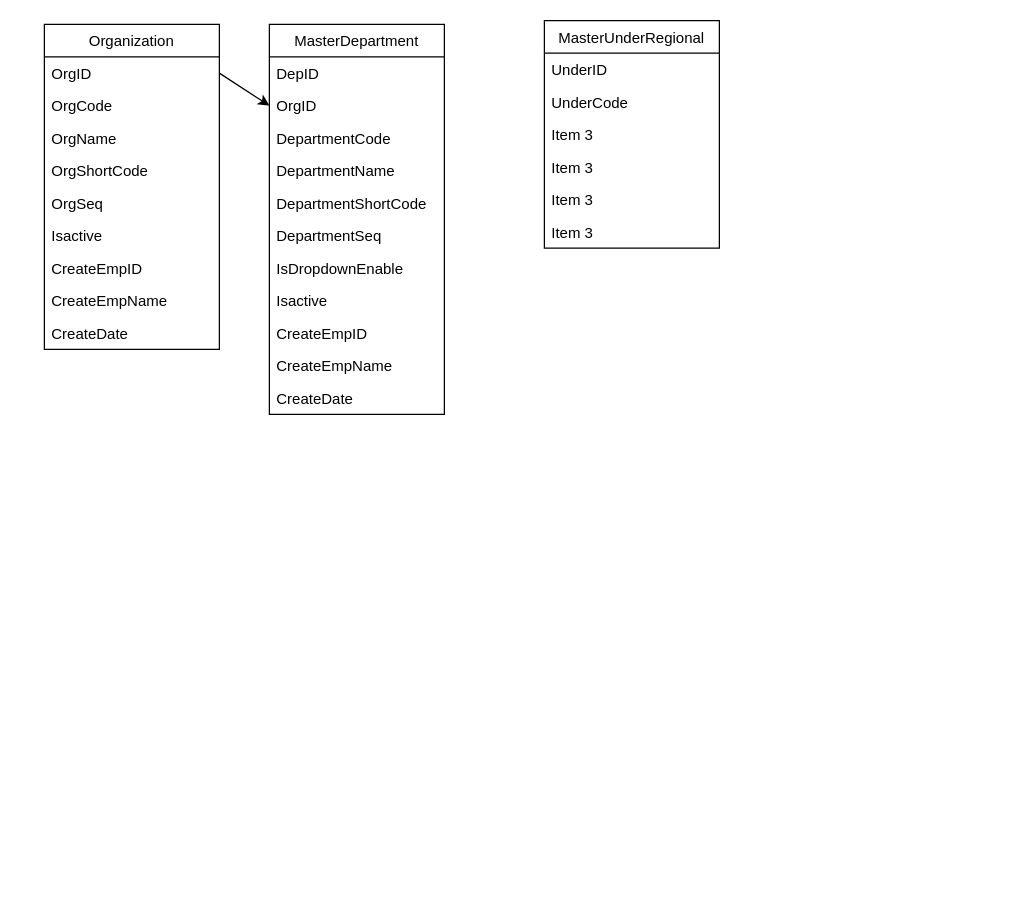
Above: Lead Management Architecture.drawio in NatthapongNar/Diagram (draw.io), before the change. Source tidied: cells renumbered, new cells numbered last; positions are measured from the earlier drawing's top-left corner, leaving out a move shared by most shapes. Both pictures are drawn from the tidied source at 125%, with x=0, y=0 at pixel (44, 20).
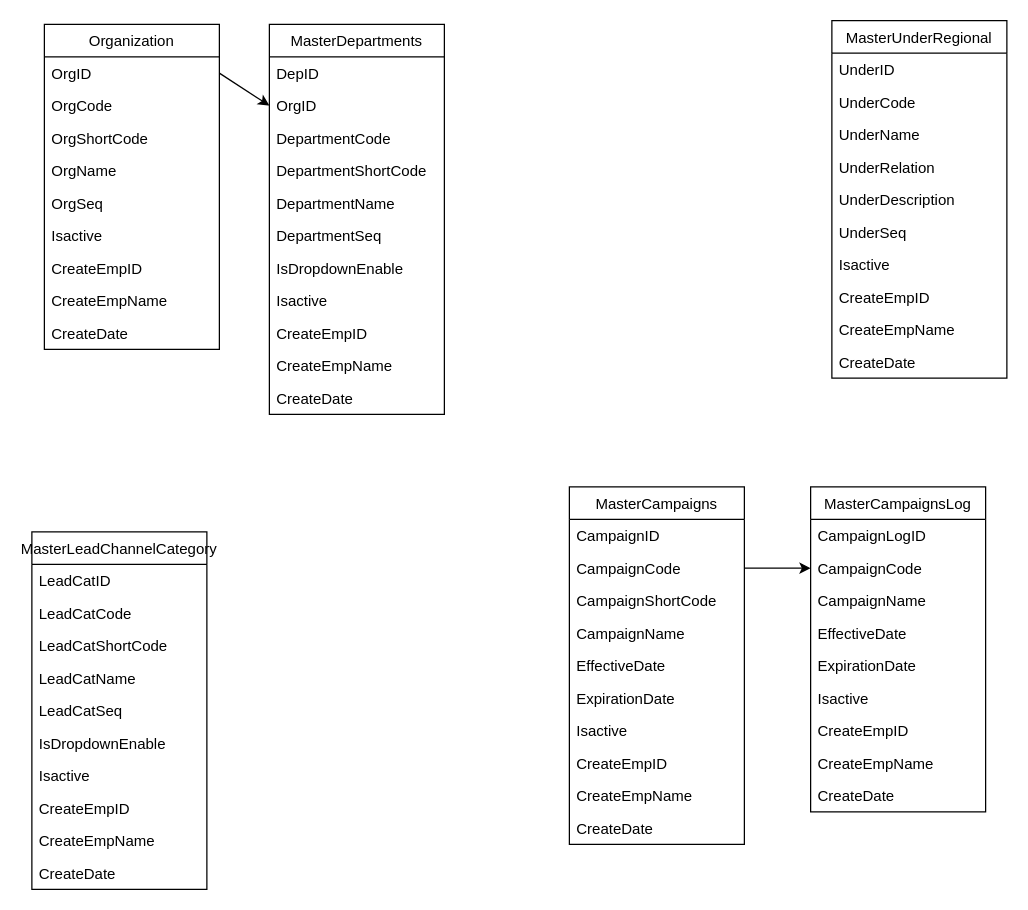
The same page after the edit.

Commit message:
Lead Management ER.drawio

Unchanged cells that the change refers to:
```xml
<mxCell id="2" value="Organization" style="swimlane;fontStyle=0;horizontal=1;startSize=26;fillColor=none;" parent="1" vertex="1">
  <mxGeometry y="3" width="140" height="260" as="geometry" />
</mxCell>
```

Diff of the diagram source:
```diff
@@
+    <mxCell id="6" value="OrgShortCode" style="text;strokeColor=none;fillColor=none;align=left;verticalAlign=top;spacingLeft=4;spacingRight=4;overflow=hidden;" parent="2" vertex="1">
+      <mxGeometry y="78" width="140" height="26" as="geometry" />
+    </mxCell>
     <mxCell id="5" value="OrgName" style="text;strokeColor=none;fillColor=none;align=left;verticalAlign=top;spacingLeft=4;spacingRight=4;overflow=hidden;" parent="2" vertex="1">
-      <mxGeometry y="78" width="140" height="26" as="geometry" />
+      <mxGeometry y="104" width="140" height="26" as="geometry" />
     </mxCell>
-    <mxCell id="6" value="OrgShortCode" style="text;strokeColor=none;fillColor=none;align=left;verticalAlign=top;spacingLeft=4;spacingRight=4;overflow=hidden;" parent="2" vertex="1">
-      <mxGeometry y="104" width="140" height="26" as="geometry" />
-    </mxCell>
@@
-    <mxCell id="12" value="MasterDepartment" style="swimlane;fontStyle=0;horizontal=1;startSize=26;fillColor=none;" parent="1" vertex="1">
+    <mxCell id="12" value="MasterDepartments" style="swimlane;fontStyle=0;horizontal=1;startSize=26;fillColor=none;" parent="1" vertex="1">
       <mxGeometry x="180" y="3" width="140" height="312" as="geometry" />
     </mxCell>
@@
+    <mxCell id="17" value="DepartmentShortCode" style="text;strokeColor=none;fillColor=none;align=left;verticalAlign=top;spacingLeft=4;spacingRight=4;overflow=hidden;" parent="12" vertex="1">
+      <mxGeometry y="104" width="140" height="26" as="geometry" />
+    </mxCell>
     <mxCell id="16" value="DepartmentName" style="text;strokeColor=none;fillColor=none;align=left;verticalAlign=top;spacingLeft=4;spacingRight=4;overflow=hidden;" parent="12" vertex="1">
-      <mxGeometry y="104" width="140" height="26" as="geometry" />
+      <mxGeometry y="130" width="140" height="26" as="geometry" />
     </mxCell>
-    <mxCell id="17" value="DepartmentShortCode" style="text;strokeColor=none;fillColor=none;align=left;verticalAlign=top;spacingLeft=4;spacingRight=4;overflow=hidden;" parent="12" vertex="1">
-      <mxGeometry y="130" width="140" height="26" as="geometry" />
-    </mxCell>
@@
     <mxCell id="25" value="MasterUnderRegional" style="swimlane;fontStyle=0;horizontal=1;startSize=26;fillColor=none;" parent="1" vertex="1">
-      <mxGeometry x="400" width="140" height="182" as="geometry" />
+      <mxGeometry x="630" width="140" height="286" as="geometry" />
     </mxCell>
@@
-    <mxCell id="28" value="Item 3" style="text;strokeColor=none;fillColor=none;align=left;verticalAlign=top;spacingLeft=4;spacingRight=4;overflow=hidden;" parent="25" vertex="1">
+    <mxCell id="28" value="UnderName" style="text;strokeColor=none;fillColor=none;align=left;verticalAlign=top;spacingLeft=4;spacingRight=4;overflow=hidden;" parent="25" vertex="1">
       <mxGeometry y="78" width="140" height="26" as="geometry" />
     </mxCell>
-    <mxCell id="29" value="Item 3" style="text;strokeColor=none;fillColor=none;align=left;verticalAlign=top;spacingLeft=4;spacingRight=4;overflow=hidden;" parent="25" vertex="1">
+    <mxCell id="29" value="UnderRelation" style="text;strokeColor=none;fillColor=none;align=left;verticalAlign=top;spacingLeft=4;spacingRight=4;overflow=hidden;" parent="25" vertex="1">
       <mxGeometry y="104" width="140" height="26" as="geometry" />
     </mxCell>
-    <mxCell id="30" value="Item 3" style="text;strokeColor=none;fillColor=none;align=left;verticalAlign=top;spacingLeft=4;spacingRight=4;overflow=hidden;" parent="25" vertex="1">
+    <mxCell id="30" value="UnderDescription" style="text;strokeColor=none;fillColor=none;align=left;verticalAlign=top;spacingLeft=4;spacingRight=4;overflow=hidden;" parent="25" vertex="1">
       <mxGeometry y="130" width="140" height="26" as="geometry" />
     </mxCell>
-    <mxCell id="31" value="Item 3" style="text;strokeColor=none;fillColor=none;align=left;verticalAlign=top;spacingLeft=4;spacingRight=4;overflow=hidden;" parent="25" vertex="1">
+    <mxCell id="31" value="UnderSeq" style="text;strokeColor=none;fillColor=none;align=left;verticalAlign=top;spacingLeft=4;spacingRight=4;overflow=hidden;" parent="25" vertex="1">
       <mxGeometry y="156" width="140" height="26" as="geometry" />
     </mxCell>
+    <mxCell id="32" value="Isactive" style="text;strokeColor=none;fillColor=none;align=left;verticalAlign=top;spacingLeft=4;spacingRight=4;overflow=hidden;" parent="25" vertex="1">
+      <mxGeometry y="182" width="140" height="26" as="geometry" />
+    </mxCell>
+    <mxCell id="33" value="CreateEmpID" style="text;strokeColor=none;fillColor=none;align=left;verticalAlign=top;spacingLeft=4;spacingRight=4;overflow=hidden;" parent="25" vertex="1">
+      <mxGeometry y="208" width="140" height="26" as="geometry" />
+    </mxCell>
+    <mxCell id="34" value="CreateEmpName" style="text;strokeColor=none;fillColor=none;align=left;verticalAlign=top;spacingLeft=4;spacingRight=4;overflow=hidden;" parent="25" vertex="1">
+      <mxGeometry y="234" width="140" height="26" as="geometry" />
+    </mxCell>
+    <mxCell id="35" value="CreateDate" style="text;strokeColor=none;fillColor=none;align=left;verticalAlign=top;spacingLeft=4;spacingRight=4;overflow=hidden;" parent="25" vertex="1">
+      <mxGeometry y="260" width="140" height="26" as="geometry" />
+    </mxCell>
+    <mxCell id="36" value="MasterCampaigns" style="swimlane;fontStyle=0;horizontal=1;startSize=26;fillColor=none;" parent="1" vertex="1">
+      <mxGeometry x="420" y="373" width="140" height="286" as="geometry" />
+    </mxCell>
+    <mxCell id="37" value="CampaignID" style="text;strokeColor=none;fillColor=none;align=left;verticalAlign=top;spacingLeft=4;spacingRight=4;overflow=hidden;" parent="36" vertex="1">
+      <mxGeometry y="26" width="140" height="26" as="geometry" />
+    </mxCell>
+    <mxCell id="38" value="CampaignCode" style="text;strokeColor=none;fillColor=none;align=left;verticalAlign=top;spacingLeft=4;spacingRight=4;overflow=hidden;points=[[0,0.5],[1,0.5]];portConstraint=eastwest;" parent="36" vertex="1">
+      <mxGeometry y="52" width="140" height="26" as="geometry" />
+    </mxCell>
+    <mxCell id="39" value="CampaignShortCode" style="text;strokeColor=none;fillColor=none;align=left;verticalAlign=top;spacingLeft=4;spacingRight=4;overflow=hidden;" parent="36" vertex="1">
+      <mxGeometry y="78" width="140" height="26" as="geometry" />
+    </mxCell>
+    <mxCell id="40" value="CampaignName" style="text;strokeColor=none;fillColor=none;align=left;verticalAlign=top;spacingLeft=4;spacingRight=4;overflow=hidden;" parent="36" vertex="1">
+      <mxGeometry y="104" width="140" height="26" as="geometry" />
+    </mxCell>
+    <mxCell id="41" value="EffectiveDate" style="text;strokeColor=none;fillColor=none;align=left;verticalAlign=top;spacingLeft=4;spacingRight=4;overflow=hidden;" parent="36" vertex="1">
+      <mxGeometry y="130" width="140" height="26" as="geometry" />
+    </mxCell>
+    <mxCell id="42" value="ExpirationDate" style="text;strokeColor=none;fillColor=none;align=left;verticalAlign=top;spacingLeft=4;spacingRight=4;overflow=hidden;" parent="36" vertex="1">
+      <mxGeometry y="156" width="140" height="26" as="geometry" />
+    </mxCell>
+    <mxCell id="43" value="Isactive" style="text;strokeColor=none;fillColor=none;align=left;verticalAlign=top;spacingLeft=4;spacingRight=4;overflow=hidden;" parent="36" vertex="1">
+      <mxGeometry y="182" width="140" height="26" as="geometry" />
+    </mxCell>
+    <mxCell id="44" value="CreateEmpID" style="text;strokeColor=none;fillColor=none;align=left;verticalAlign=top;spacingLeft=4;spacingRight=4;overflow=hidden;" parent="36" vertex="1">
+      <mxGeometry y="208" width="140" height="26" as="geometry" />
+    </mxCell>
+    <mxCell id="45" value="CreateEmpName" style="text;strokeColor=none;fillColor=none;align=left;verticalAlign=top;spacingLeft=4;spacingRight=4;overflow=hidden;" parent="36" vertex="1">
+      <mxGeometry y="234" width="140" height="26" as="geometry" />
+    </mxCell>
+    <mxCell id="46" value="CreateDate" style="text;strokeColor=none;fillColor=none;align=left;verticalAlign=top;spacingLeft=4;spacingRight=4;overflow=hidden;" parent="36" vertex="1">
+      <mxGeometry y="260" width="140" height="26" as="geometry" />
+    </mxCell>
+    <mxCell id="47" value="MasterCampaignsLog" style="swimlane;fontStyle=0;horizontal=1;startSize=26;fillColor=none;" parent="1" vertex="1">
+      <mxGeometry x="613" y="373" width="140" height="260" as="geometry" />
+    </mxCell>
+    <mxCell id="48" value="CampaignLogID" style="text;strokeColor=none;fillColor=none;align=left;verticalAlign=top;spacingLeft=4;spacingRight=4;overflow=hidden;" parent="47" vertex="1">
+      <mxGeometry y="26" width="140" height="26" as="geometry" />
+    </mxCell>
+    <mxCell id="49" value="CampaignCode" style="text;strokeColor=none;fillColor=none;align=left;verticalAlign=top;spacingLeft=4;spacingRight=4;overflow=hidden;points=[[0,0.5],[1,0.5]];portConstraint=eastwest;" parent="47" vertex="1">
+      <mxGeometry y="52" width="140" height="26" as="geometry" />
+    </mxCell>
+    <mxCell id="50" value="CampaignName" style="text;strokeColor=none;fillColor=none;align=left;verticalAlign=top;spacingLeft=4;spacingRight=4;overflow=hidden;" parent="47" vertex="1">
+      <mxGeometry y="78" width="140" height="26" as="geometry" />
+    </mxCell>
+    <mxCell id="51" value="EffectiveDate" style="text;strokeColor=none;fillColor=none;align=left;verticalAlign=top;spacingLeft=4;spacingRight=4;overflow=hidden;" parent="47" vertex="1">
+      <mxGeometry y="104" width="140" height="26" as="geometry" />
+    </mxCell>
+    <mxCell id="52" value="ExpirationDate" style="text;strokeColor=none;fillColor=none;align=left;verticalAlign=top;spacingLeft=4;spacingRight=4;overflow=hidden;" parent="47" vertex="1">
+      <mxGeometry y="130" width="140" height="26" as="geometry" />
+    </mxCell>
+    <mxCell id="53" value="Isactive" style="text;strokeColor=none;fillColor=none;align=left;verticalAlign=top;spacingLeft=4;spacingRight=4;overflow=hidden;" parent="47" vertex="1">
+      <mxGeometry y="156" width="140" height="26" as="geometry" />
+    </mxCell>
+    <mxCell id="54" value="CreateEmpID" style="text;strokeColor=none;fillColor=none;align=left;verticalAlign=top;spacingLeft=4;spacingRight=4;overflow=hidden;" parent="47" vertex="1">
+      <mxGeometry y="182" width="140" height="26" as="geometry" />
+    </mxCell>
+    <mxCell id="55" value="CreateEmpName" style="text;strokeColor=none;fillColor=none;align=left;verticalAlign=top;spacingLeft=4;spacingRight=4;overflow=hidden;" parent="47" vertex="1">
+      <mxGeometry y="208" width="140" height="26" as="geometry" />
+    </mxCell>
+    <mxCell id="56" value="CreateDate" style="text;strokeColor=none;fillColor=none;align=left;verticalAlign=top;spacingLeft=4;spacingRight=4;overflow=hidden;" parent="47" vertex="1">
+      <mxGeometry y="234" width="140" height="26" as="geometry" />
+    </mxCell>
+    <mxCell id="57" style="edgeStyle=orthogonalEdgeStyle;rounded=0;jettySize=auto;html=1;exitX=1;exitY=0.5;exitDx=0;exitDy=0;entryX=0;entryY=0.5;entryDx=0;entryDy=0;" parent="1" edge="1" source="38" target="49">
+      <mxGeometry relative="1" as="geometry" />
+    </mxCell>
+    <mxCell id="58" value="MasterLeadChannelCategory" style="swimlane;fontStyle=0;horizontal=1;startSize=26;fillColor=none;" parent="1" vertex="1">
+      <mxGeometry x="-10" y="409" width="140" height="286" as="geometry" />
+    </mxCell>
+    <mxCell id="59" value="LeadCatID" style="text;strokeColor=none;fillColor=none;align=left;verticalAlign=top;spacingLeft=4;spacingRight=4;overflow=hidden;" parent="58" vertex="1">
+      <mxGeometry y="26" width="140" height="26" as="geometry" />
+    </mxCell>
+    <mxCell id="60" value="LeadCatCode" style="text;strokeColor=none;fillColor=none;align=left;verticalAlign=top;spacingLeft=4;spacingRight=4;overflow=hidden;" parent="58" vertex="1">
+      <mxGeometry y="52" width="140" height="26" as="geometry" />
+    </mxCell>
+    <mxCell id="61" value="LeadCatShortCode" style="text;strokeColor=none;fillColor=none;align=left;verticalAlign=top;spacingLeft=4;spacingRight=4;overflow=hidden;" parent="58" vertex="1">
+      <mxGeometry y="78" width="140" height="26" as="geometry" />
+    </mxCell>
+    <mxCell id="62" value="LeadCatName" style="text;strokeColor=none;fillColor=none;align=left;verticalAlign=top;spacingLeft=4;spacingRight=4;overflow=hidden;" parent="58" vertex="1">
+      <mxGeometry y="104" width="140" height="26" as="geometry" />
+    </mxCell>
+    <mxCell id="63" value="LeadCatSeq" style="text;strokeColor=none;fillColor=none;align=left;verticalAlign=top;spacingLeft=4;spacingRight=4;overflow=hidden;" parent="58" vertex="1">
+      <mxGeometry y="130" width="140" height="26" as="geometry" />
+    </mxCell>
+    <mxCell id="64" value="IsDropdownEnable" style="text;strokeColor=none;fillColor=none;align=left;verticalAlign=top;spacingLeft=4;spacingRight=4;overflow=hidden;" parent="58" vertex="1">
+      <mxGeometry y="156" width="140" height="26" as="geometry" />
+    </mxCell>
+    <mxCell id="65" value="Isactive" style="text;strokeColor=none;fillColor=none;align=left;verticalAlign=top;spacingLeft=4;spacingRight=4;overflow=hidden;" parent="58" vertex="1">
+      <mxGeometry y="182" width="140" height="26" as="geometry" />
+    </mxCell>
+    <mxCell id="66" value="CreateEmpID" style="text;strokeColor=none;fillColor=none;align=left;verticalAlign=top;spacingLeft=4;spacingRight=4;overflow=hidden;" parent="58" vertex="1">
+      <mxGeometry y="208" width="140" height="26" as="geometry" />
+    </mxCell>
+    <mxCell id="67" value="CreateEmpName" style="text;strokeColor=none;fillColor=none;align=left;verticalAlign=top;spacingLeft=4;spacingRight=4;overflow=hidden;" parent="58" vertex="1">
+      <mxGeometry y="234" width="140" height="26" as="geometry" />
+    </mxCell>
+    <mxCell id="68" value="CreateDate" style="text;strokeColor=none;fillColor=none;align=left;verticalAlign=top;spacingLeft=4;spacingRight=4;overflow=hidden;" parent="58" vertex="1">
+      <mxGeometry y="260" width="140" height="26" as="geometry" />
+    </mxCell>
```
